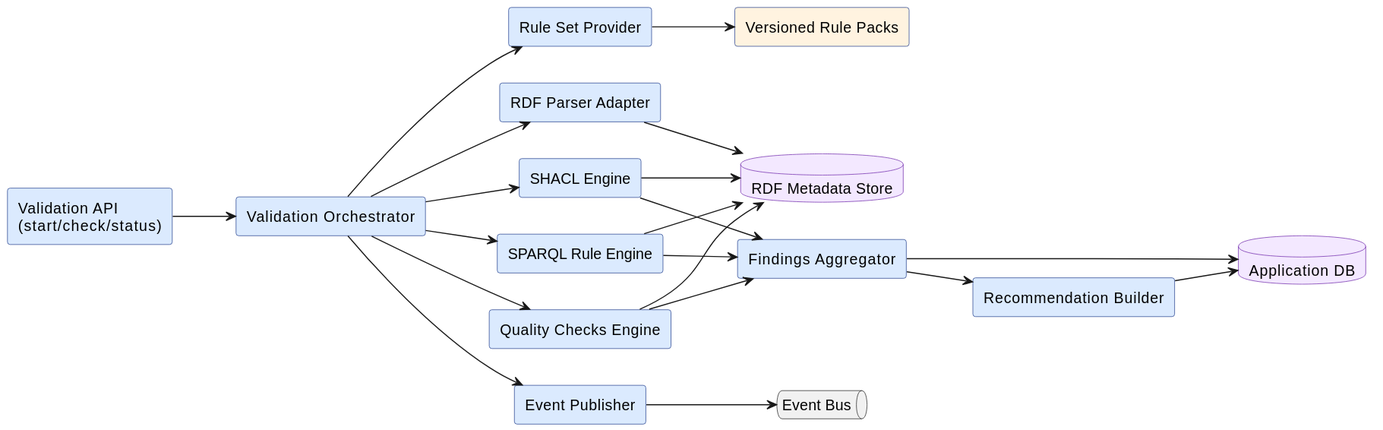
The PlantUML diagram Napcore-ITS-Reporting/docs/architecture/svg/validation-components.svg in UM-KGPI/Napcore-ITS-Reporting, before a commit.
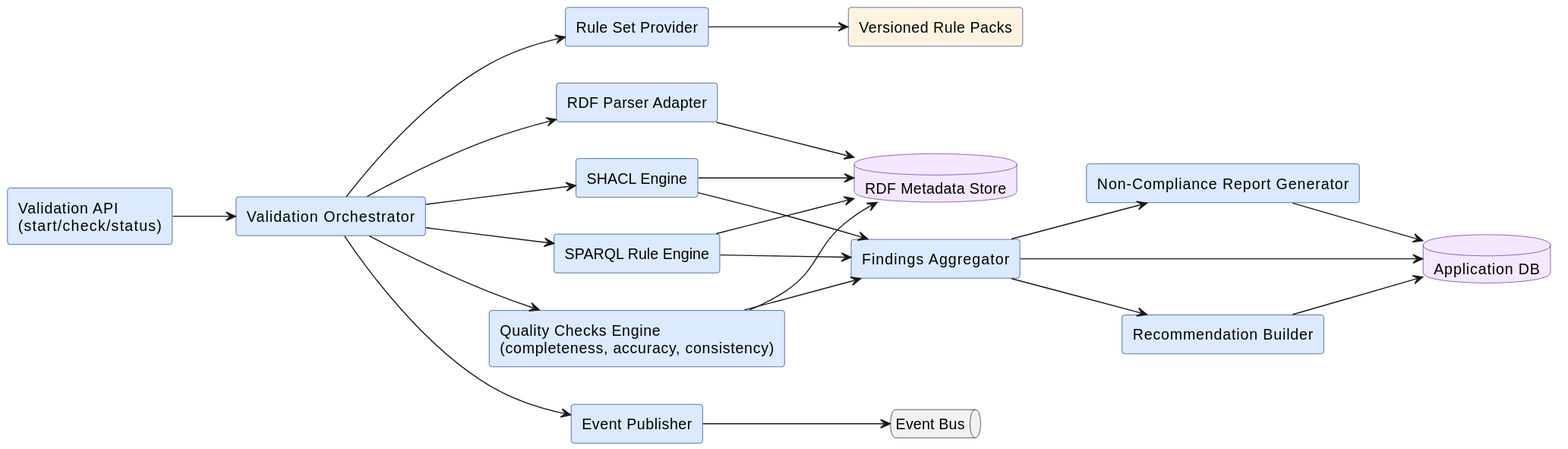
The same file after the commit.

What changed in the source:
```diff
@@ -18,7 +18,8 @@
 component "RDF Parser Adapter" as PARSER
 component "SHACL Engine" as SHACL
 component "SPARQL Rule Engine" as SPARQL
-component "Quality Checks Engine" as QCHECK
+component "Quality Checks Engine\n(completeness, accuracy, consistency)" as QCHECK
+component "Non-Compliance Report Generator" as NCREP
 component "Findings Aggregator" as AGG
 component "Recommendation Builder" as RECO
 component "Event Publisher" as PUB
@@ -44,7 +45,9 @@
 SHACL --> AGG
 SPARQL --> AGG
 QCHECK --> AGG
+AGG --> NCREP
 AGG --> RECO
+NCREP --> APPDB
 AGG --> APPDB
 RECO --> APPDB
 ORCH --> PUB
```
